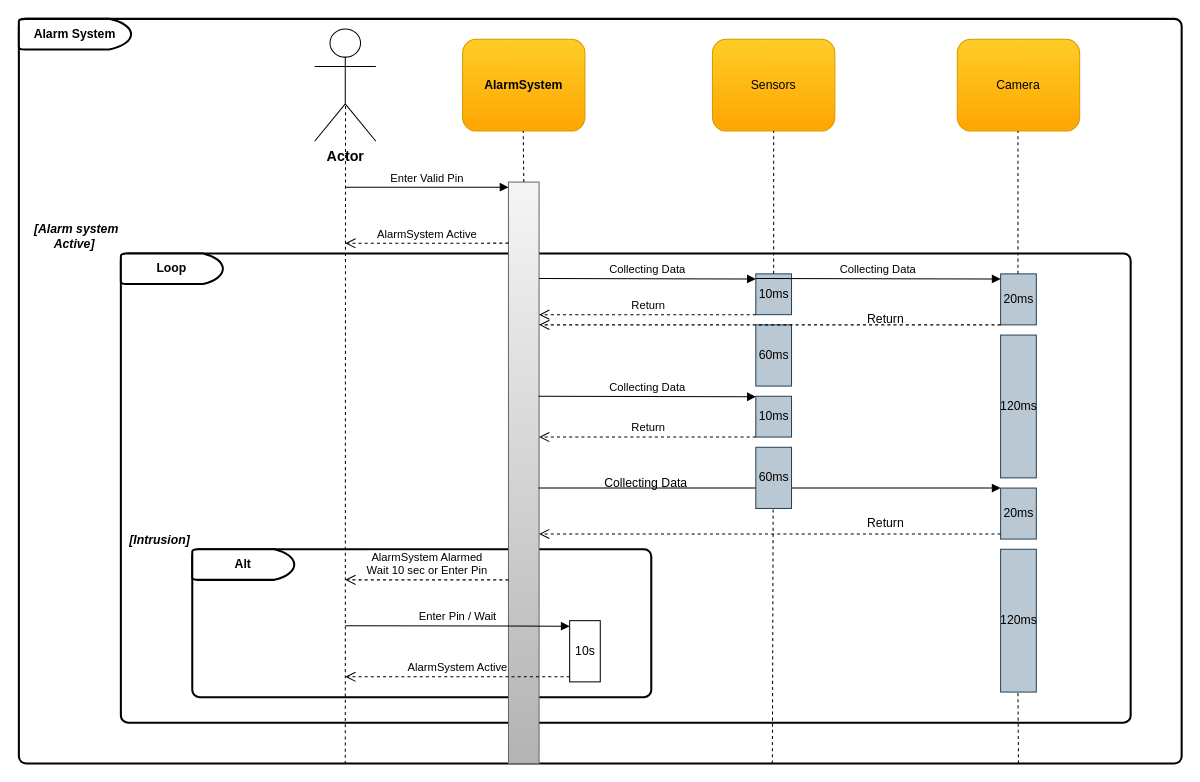
Above: Other/Diagrams/Sequence Diagram.drawio in Andreas-Bugge/HW-SW (draw.io), before the change. Source tidied: cells renumbered, new cells numbered last; positions are measured from the earlier drawing's top-left corner, leaving out a move shared by most shapes. Both pictures are drawn from the tidied source at 102%, with x=0, y=0 at pixel (18, 18).
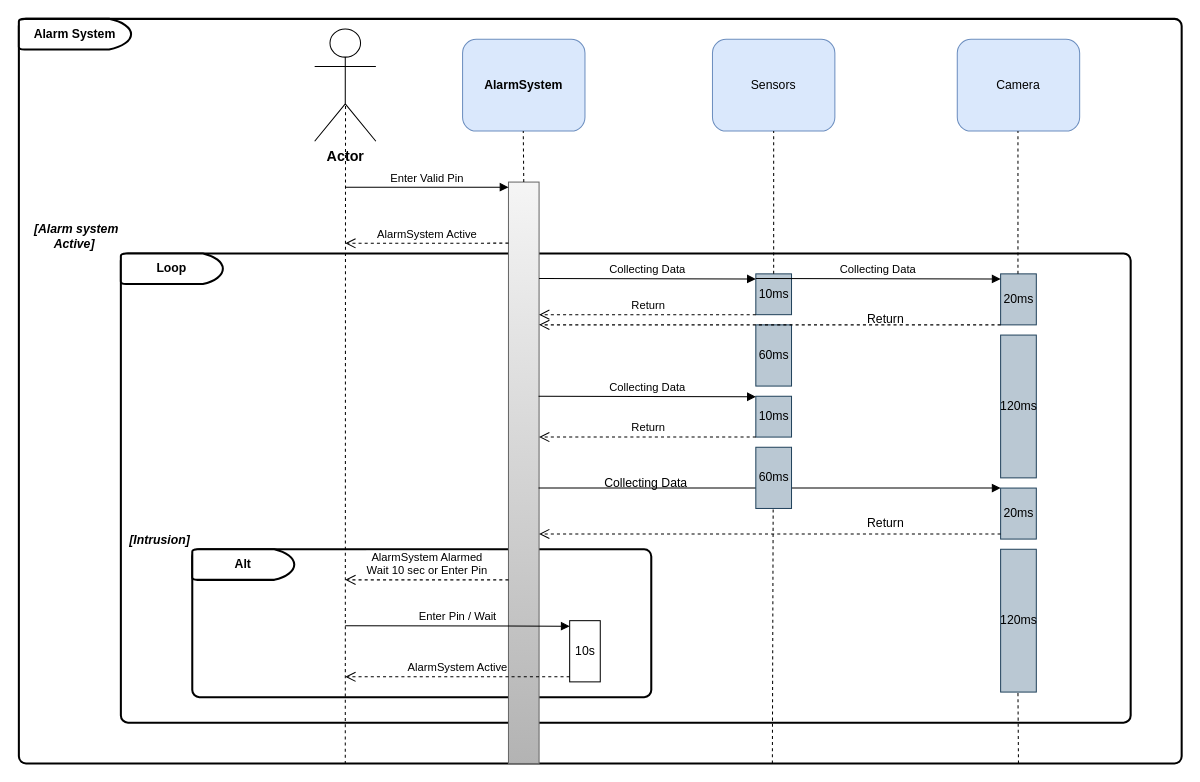
Above is the later version.

The edit, as a diff of the source:
```diff
@@
-    <mxCell id="4" value="&lt;b&gt;AlarmSystem&lt;/b&gt;" style="rounded=1;whiteSpace=wrap;html=1;fillColor=#ffcd28;strokeColor=#d79b00;gradientColor=#ffa500;" parent="1" vertex="1">
+    <mxCell id="4" value="&lt;b&gt;AlarmSystem&lt;/b&gt;" style="rounded=1;whiteSpace=wrap;html=1;fillColor=#dae8fc;strokeColor=#6c8ebf;" parent="1" vertex="1">
       <mxGeometry x="435" y="20" width="120" height="90" as="geometry" />
     </mxCell>
-    <mxCell id="5" value="Sensors" style="rounded=1;whiteSpace=wrap;html=1;fillColor=#ffcd28;strokeColor=#d79b00;gradientColor=#ffa500;" parent="1" vertex="1">
+    <mxCell id="5" value="Sensors" style="rounded=1;whiteSpace=wrap;html=1;fillColor=#dae8fc;strokeColor=#6c8ebf;" parent="1" vertex="1">
       <mxGeometry x="680" y="20" width="120" height="90" as="geometry" />
     </mxCell>
@@
-    <mxCell id="27" value="Camera" style="rounded=1;whiteSpace=wrap;html=1;fillColor=#ffcd28;strokeColor=#d79b00;gradientColor=#ffa500;" parent="1" vertex="1">
+    <mxCell id="27" value="Camera" style="rounded=1;whiteSpace=wrap;html=1;fillColor=#dae8fc;strokeColor=#6c8ebf;" parent="1" vertex="1">
       <mxGeometry x="920" y="20" width="120" height="90" as="geometry" />
     </mxCell>
```
